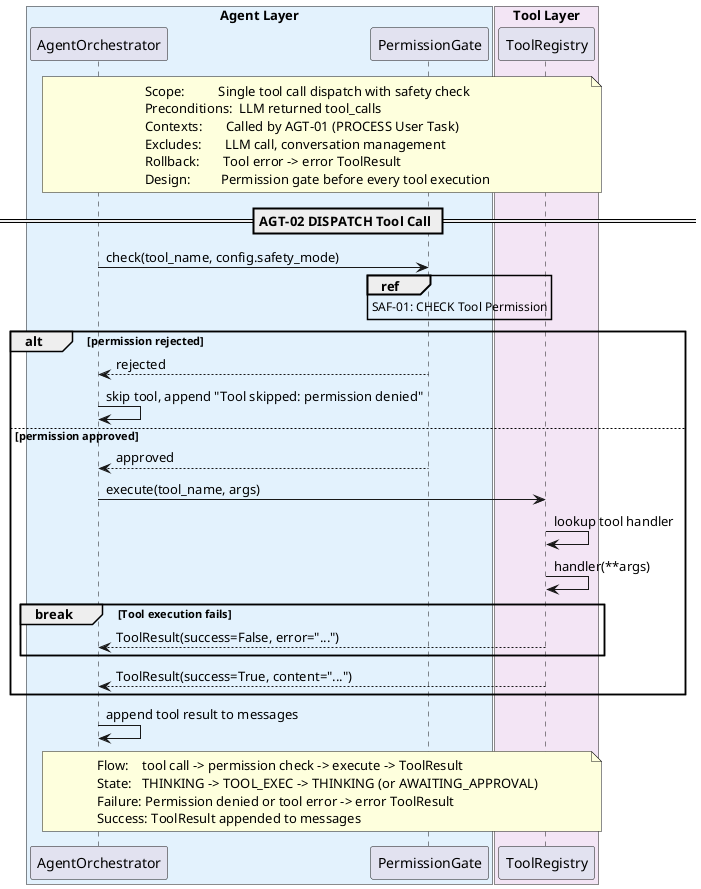
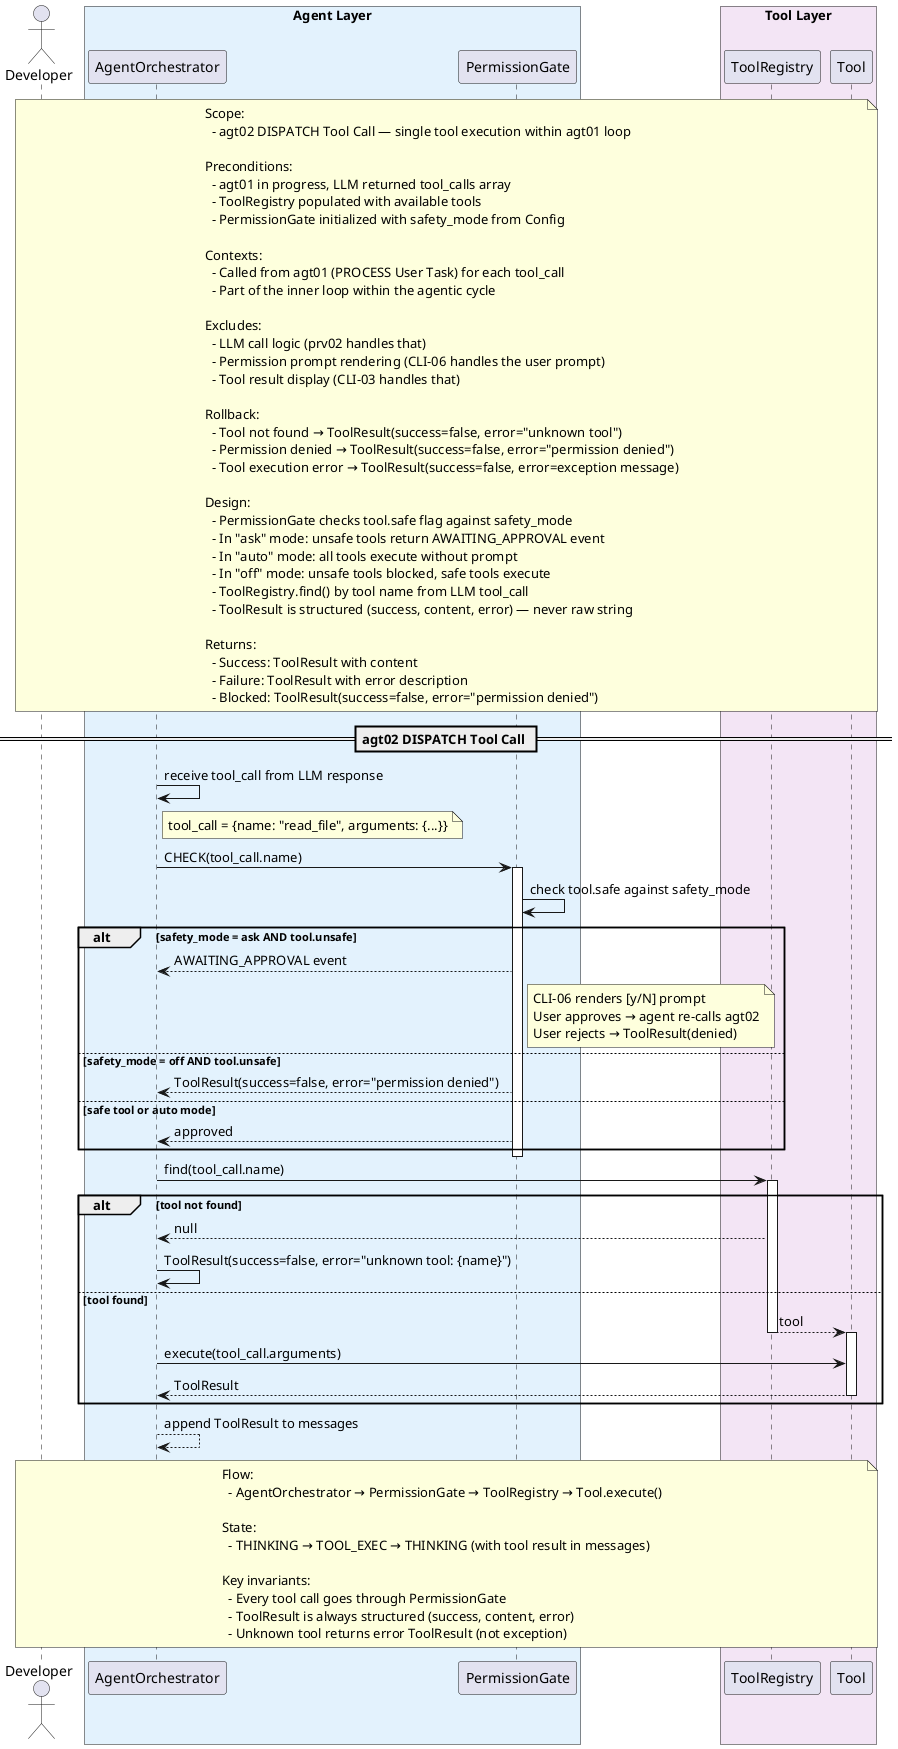
@startuml sq_agt02_dispatch_tool_call
' ============================================================
' Title:     AGT-02 — DISPATCH Tool Call
' Boundary:  nasim code agent CLI
- ' Purpose:   Single tool dispatch with permission check
+ ' Purpose:   Tool dispatch with permission gate check
' Milestone: v1.0
' Version:   2.0.0
' Source:    docs/audit/audit_2026-06-20_capability-and-architecture.md
' Review:    —
' ============================================================
+ 
+ actor "Developer" as user

box "Agent Layer" #E3F2FD
  participant "AgentOrchestrator" as agent
  participant "PermissionGate" as gate
end box
box "Tool Layer" #F3E5F5
  participant "ToolRegistry" as registry
+   participant "Tool" as tool
+ end box
+ box "Safety Layer" #FFF9C4
end box

- note over agent, registry
-   Scope:          Single tool call dispatch with safety check
-   Preconditions:  LLM returned tool_calls
-   Contexts:       Called by AGT-01 (PROCESS User Task)
-   Excludes:       LLM call, conversation management
-   Rollback:       Tool error -> error ToolResult
-   Design:         Permission gate before every tool execution
+ note over user, tool
+   Scope:
+     - agt02 DISPATCH Tool Call — single tool execution within agt01 loop
+ 
+   Preconditions:
+     - agt01 in progress, LLM returned tool_calls array
+     - ToolRegistry populated with available tools
+     - PermissionGate initialized with safety_mode from Config
+ 
+   Contexts:
+     - Called from agt01 (PROCESS User Task) for each tool_call
+     - Part of the inner loop within the agentic cycle
+ 
+   Excludes:
+     - LLM call logic (prv02 handles that)
+     - Permission prompt rendering (CLI-06 handles the user prompt)
+     - Tool result display (CLI-03 handles that)
+ 
+   Rollback:
+     - Tool not found → ToolResult(success=false, error="unknown tool")
+     - Permission denied → ToolResult(success=false, error="permission denied")
+     - Tool execution error → ToolResult(success=false, error=exception message)
+ 
+   Design:
+     - PermissionGate checks tool.safe flag against safety_mode
+     - In "ask" mode: unsafe tools return AWAITING_APPROVAL event
+     - In "auto" mode: all tools execute without prompt
+     - In "off" mode: unsafe tools blocked, safe tools execute
+     - ToolRegistry.find() by tool name from LLM tool_call
+     - ToolResult is structured (success, content, error) — never raw string
+ 
+   Returns:
+     - Success: ToolResult with content
+     - Failure: ToolResult with error description
+     - Blocked: ToolResult(success=false, error="permission denied")
end note

- == AGT-02 DISPATCH Tool Call ==
+ == agt02 DISPATCH Tool Call ==

- agent -> gate : check(tool_name, config.safety_mode)
- ref over gate
-   SAF-01: CHECK Tool Permission
- end ref
+ agent -> agent : receive tool_call from LLM response
+ note right of agent
+   tool_call = {name: "read_file", arguments: {...}}
+ end note

- alt permission rejected
-     gate --> agent : rejected
-     agent -> agent : skip tool, append "Tool skipped: permission denied"
- else permission approved
+ agent -> gate : CHECK(tool_call.name)
+ activate gate
+ 
+ gate -> gate : check tool.safe against safety_mode
+ 
+ alt safety_mode = ask AND tool.unsafe
+     gate --> agent : AWAITING_APPROVAL event
+     note right of gate
+       CLI-06 renders [y/N] prompt
+       User approves → agent re-calls agt02
+       User rejects → ToolResult(denied)
+     end note
+ else safety_mode = off AND tool.unsafe
+     gate --> agent : ToolResult(success=false, error="permission denied")
+ else safe tool or auto mode
    gate --> agent : approved
-     agent -> registry : execute(tool_name, args)
-     registry -> registry : lookup tool handler
-     registry -> registry : handler(**args)
- 
-     break Tool execution fails
-         registry --> agent : ToolResult(success=False, error="...")
-     end
- 
-     registry --> agent : ToolResult(success=True, content="...")
end

- agent -> agent : append tool result to messages
+ deactivate gate

- note over agent, registry
-   Flow:    tool call -> permission check -> execute -> ToolResult
-   State:   THINKING -> TOOL_EXEC -> THINKING (or AWAITING_APPROVAL)
-   Failure: Permission denied or tool error -> error ToolResult
-   Success: ToolResult appended to messages
+ agent -> registry : find(tool_call.name)
+ activate registry
+ 
+ alt tool not found
+     registry --> agent : null
+     agent -> agent : ToolResult(success=false, error="unknown tool: {name}")
+ else tool found
+     registry --> tool : tool
+     deactivate registry
+     activate tool
+     agent -> tool : execute(tool_call.arguments)
+     tool --> agent : ToolResult
+     deactivate tool
+ end
+ 
+ agent --> agent : append ToolResult to messages
+ 
+ note over user, tool
+   Flow:
+     - AgentOrchestrator → PermissionGate → ToolRegistry → Tool.execute()
+ 
+   State:
+     - THINKING → TOOL_EXEC → THINKING (with tool result in messages)
+ 
+   Key invariants:
+     - Every tool call goes through PermissionGate
+     - ToolResult is always structured (success, content, error)
+     - Unknown tool returns error ToolResult (not exception)
end note

@enduml
